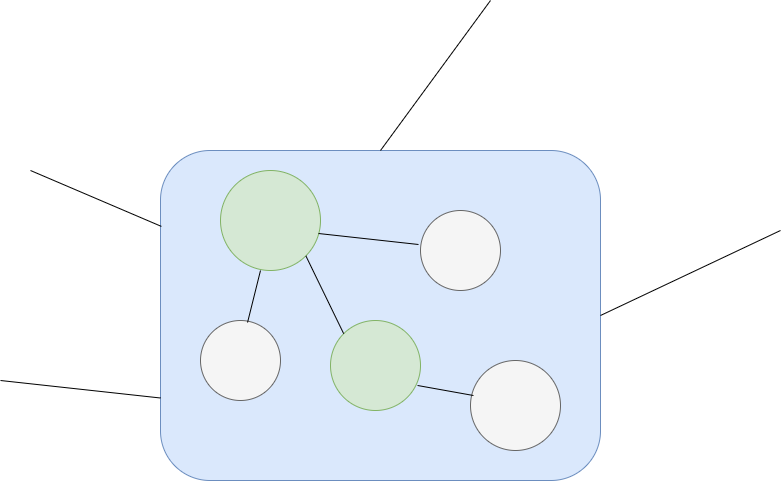
Before: More Design Principles/Coupling and Cohesion/Cohesion.png, a diagram exported from draw.io (smitbmx/Architecture-Diagrams). Source tidied: cells renumbered, new cells last; positions are measured from the earlier drawing's top-left corner, leaving out a move shared by most shapes.
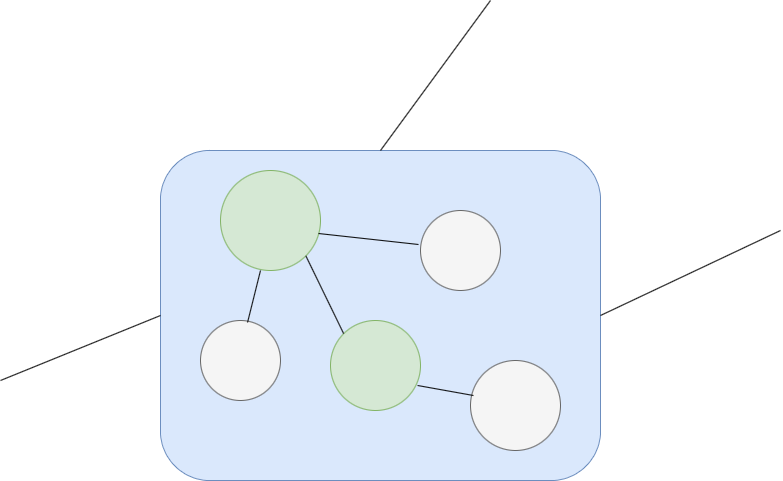
The same diagram one commit later.

Diff of the diagram source:
```diff
@@ -10,7 +10,7 @@
         <mxPoint x="490" as="targetPoint" />
       </mxGeometry>
     </mxCell>
-    <mxCell id="4" style="endArrow=none;html=1;entryX=0;entryY=0.75;entryDx=0;entryDy=0;" parent="1" edge="1" target="2">
+    <mxCell id="4" style="endArrow=none;html=1;entryX=0;entryY=0.5;entryDx=0;entryDy=0;" parent="1" edge="1" target="2">
       <mxGeometry relative="1" as="geometry">
         <mxPoint y="380" as="sourcePoint" />
       </mxGeometry>
@@ -20,11 +20,6 @@
         <mxPoint x="780" y="230" as="targetPoint" />
       </mxGeometry>
     </mxCell>
-    <mxCell id="6" style="endArrow=none;html=1;entryX=0.002;entryY=0.23;entryDx=0;entryDy=0;entryPerimeter=0;" parent="1" edge="1" target="2">
-      <mxGeometry relative="1" as="geometry">
-        <mxPoint x="30" y="170" as="sourcePoint" />
-      </mxGeometry>
-    </mxCell>
     <mxCell id="7" style="ellipse;whiteSpace=wrap;html=1;fillColor=#f5f5f5;strokeColor=#666666;fontColor=#333333;" parent="1" vertex="1">
       <mxGeometry x="200" y="320" width="80" height="80" as="geometry" />
     </mxCell>
```
